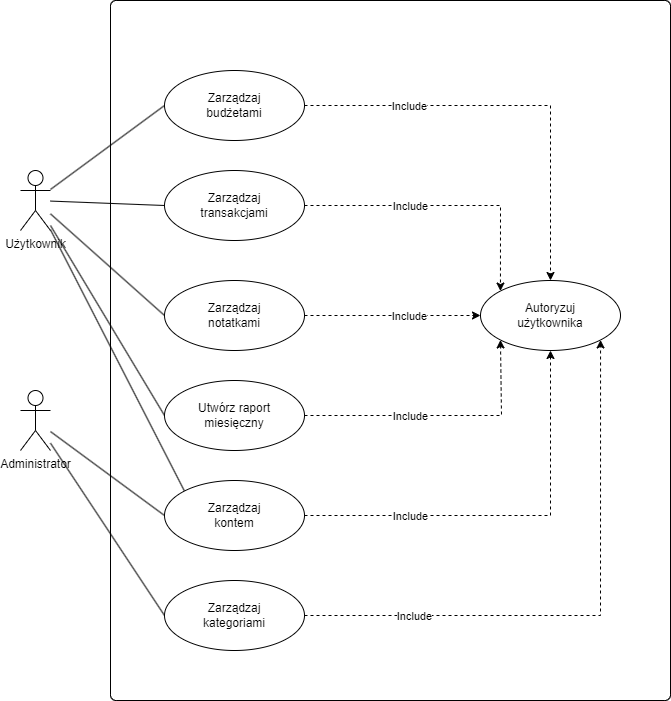
achojnowski00/PracowniaDyplomowa keeps this draw.io diagram as dokumentacja/Diagramy/00_Glowny_DPU/glowny_dpu.png. Above is the earlier version. Source tidied: cells renumbered, new cells last; positions are measured from the earlier drawing's top-left corner, leaving out a move shared by most shapes. Its diagram source:
```xml
<mxGraphModel>
  <root>
    <mxCell id="0" />
    <mxCell id="1" parent="0" />
    <mxCell id="2" style="rounded=1;whiteSpace=wrap;html=1;arcSize=1;shadow=0;strokeColor=default;gradientColor=none;" parent="1" vertex="1">
      <mxGeometry x="90" width="560" height="700" as="geometry" />
    </mxCell>
    <mxCell id="3" style="edgeStyle=none;rounded=0;jettySize=auto;html=1;entryX=0;entryY=0.5;entryDx=0;entryDy=0;endArrow=none;endFill=0;" parent="1" edge="1" source="8" target="15">
      <mxGeometry relative="1" as="geometry" />
    </mxCell>
    <mxCell id="4" style="edgeStyle=none;rounded=0;jettySize=auto;html=1;entryX=0;entryY=0.5;entryDx=0;entryDy=0;endArrow=none;endFill=0;" parent="1" edge="1" source="8" target="27">
      <mxGeometry relative="1" as="geometry" />
    </mxCell>
    <mxCell id="5" style="edgeStyle=none;rounded=0;jettySize=auto;html=1;entryX=0;entryY=0.5;entryDx=0;entryDy=0;endArrow=none;endFill=0;" parent="1" edge="1" source="8" target="21">
      <mxGeometry relative="1" as="geometry" />
    </mxCell>
    <mxCell id="6" style="edgeStyle=none;rounded=0;jettySize=auto;html=1;entryX=0;entryY=0.5;entryDx=0;entryDy=0;endArrow=none;endFill=0;" parent="1" edge="1" source="8" target="24">
      <mxGeometry relative="1" as="geometry" />
    </mxCell>
    <mxCell id="7" style="rounded=0;jettySize=auto;html=1;entryX=0;entryY=0;entryDx=0;entryDy=0;endArrow=none;endFill=0;" parent="1" edge="1" source="8" target="28">
      <mxGeometry relative="1" as="geometry" />
    </mxCell>
    <mxCell id="8" value="Użytkownik" style="shape=umlActor;verticalLabelPosition=bottom;verticalAlign=top;html=1;" parent="1" vertex="1">
      <mxGeometry y="170" width="30" height="60" as="geometry" />
    </mxCell>
    <mxCell id="9" style="edgeStyle=none;rounded=0;jettySize=auto;html=1;entryX=0;entryY=0.5;entryDx=0;entryDy=0;endArrow=none;endFill=0;" parent="1" edge="1" source="11" target="18">
      <mxGeometry relative="1" as="geometry" />
    </mxCell>
    <mxCell id="10" style="edgeStyle=none;rounded=0;jettySize=auto;html=1;entryX=0;entryY=0.5;entryDx=0;entryDy=0;endArrow=none;endFill=0;" parent="1" edge="1" source="11" target="28">
      <mxGeometry relative="1" as="geometry" />
    </mxCell>
    <mxCell id="11" value="Administrator" style="shape=umlActor;verticalLabelPosition=bottom;verticalAlign=top;html=1;" parent="1" vertex="1">
      <mxGeometry y="390" width="30" height="60" as="geometry" />
    </mxCell>
    <mxCell id="12" value="Autoryzuj&lt;br&gt;użytkownika" style="ellipse;whiteSpace=wrap;html=1;" parent="1" vertex="1">
      <mxGeometry x="460" y="280" width="140" height="70" as="geometry" />
    </mxCell>
    <mxCell id="13" style="rounded=0;jettySize=auto;html=1;entryX=0.5;entryY=0;entryDx=0;entryDy=0;dashed=1;" parent="1" edge="1" source="15" target="12">
      <mxGeometry relative="1" as="geometry">
        <Array as="points">
          <mxPoint x="530" y="105" />
        </Array>
      </mxGeometry>
    </mxCell>
    <mxCell id="14" value="Include" style="edgeLabel;html=1;align=center;verticalAlign=middle;" parent="13" vertex="1">
      <mxGeometry x="-0.37" relative="1" as="geometry">
        <mxPoint x="-30" as="offset" />
      </mxGeometry>
    </mxCell>
    <mxCell id="15" value="Zarządzaj &lt;br&gt;budżetami" style="ellipse;whiteSpace=wrap;html=1;" parent="1" vertex="1">
      <mxGeometry x="144" y="70" width="140" height="70" as="geometry" />
    </mxCell>
    <mxCell id="16" style="edgeStyle=none;rounded=0;jettySize=auto;html=1;entryX=1;entryY=1;entryDx=0;entryDy=0;dashed=1;" parent="1" edge="1" source="18" target="12">
      <mxGeometry relative="1" as="geometry">
        <Array as="points">
          <mxPoint x="580" y="615" />
        </Array>
      </mxGeometry>
    </mxCell>
    <mxCell id="17" value="Include" style="edgeLabel;html=1;align=center;verticalAlign=middle;" parent="16" vertex="1">
      <mxGeometry x="-0.32" y="-1" relative="1" as="geometry">
        <mxPoint x="-85" y="-1" as="offset" />
      </mxGeometry>
    </mxCell>
    <mxCell id="18" value="Zarządzaj&lt;br&gt;kategoriami" style="ellipse;whiteSpace=wrap;html=1;" parent="1" vertex="1">
      <mxGeometry x="144" y="580" width="140" height="70" as="geometry" />
    </mxCell>
    <mxCell id="19" style="edgeStyle=none;rounded=0;jettySize=auto;html=1;entryX=0;entryY=0.5;entryDx=0;entryDy=0;dashed=1;" parent="1" edge="1" source="21" target="12">
      <mxGeometry relative="1" as="geometry" />
    </mxCell>
    <mxCell id="20" value="Include" style="edgeLabel;html=1;align=center;verticalAlign=middle;" parent="19" vertex="1">
      <mxGeometry x="0.51" y="-2" relative="1" as="geometry">
        <mxPoint x="-28" y="-2" as="offset" />
      </mxGeometry>
    </mxCell>
    <mxCell id="21" value="Zarządzaj &lt;br&gt;notatkami" style="ellipse;whiteSpace=wrap;html=1;" parent="1" vertex="1">
      <mxGeometry x="144" y="280" width="140" height="70" as="geometry" />
    </mxCell>
    <mxCell id="22" style="edgeStyle=none;rounded=0;jettySize=auto;html=1;entryX=0;entryY=1;entryDx=0;entryDy=0;dashed=1;" parent="1" edge="1" source="24" target="12">
      <mxGeometry relative="1" as="geometry">
        <Array as="points">
          <mxPoint x="481" y="415" />
        </Array>
      </mxGeometry>
    </mxCell>
    <mxCell id="23" value="Include" style="edgeLabel;html=1;align=center;verticalAlign=middle;" parent="22" vertex="1">
      <mxGeometry x="0.05" y="-1" relative="1" as="geometry">
        <mxPoint x="-38" y="-1" as="offset" />
      </mxGeometry>
    </mxCell>
    <mxCell id="24" value="Utwórz raport&lt;br&gt;miesięczny" style="ellipse;whiteSpace=wrap;html=1;" parent="1" vertex="1">
      <mxGeometry x="144" y="380" width="140" height="70" as="geometry" />
    </mxCell>
    <mxCell id="25" style="edgeStyle=none;rounded=0;jettySize=auto;html=1;entryX=0;entryY=0;entryDx=0;entryDy=0;dashed=1;" parent="1" edge="1" source="27" target="12">
      <mxGeometry relative="1" as="geometry">
        <Array as="points">
          <mxPoint x="480" y="205" />
        </Array>
      </mxGeometry>
    </mxCell>
    <mxCell id="26" value="Include" style="edgeLabel;html=1;align=center;verticalAlign=middle;" parent="25" vertex="1">
      <mxGeometry x="0.04" y="3" relative="1" as="geometry">
        <mxPoint x="-42" y="3" as="offset" />
      </mxGeometry>
    </mxCell>
    <mxCell id="27" value="Zarządzaj &lt;br&gt;transakcjami" style="ellipse;whiteSpace=wrap;html=1;" parent="1" vertex="1">
      <mxGeometry x="144" y="170" width="140" height="70" as="geometry" />
    </mxCell>
    <mxCell id="28" value="Zarządzaj&lt;br&gt;kontem" style="ellipse;whiteSpace=wrap;html=1;" parent="1" vertex="1">
      <mxGeometry x="144" y="480" width="140" height="70" as="geometry" />
    </mxCell>
    <mxCell id="29" style="edgeStyle=none;rounded=0;jettySize=auto;html=1;entryX=0.5;entryY=1;entryDx=0;entryDy=0;dashed=1;exitX=1;exitY=0.5;exitDx=0;exitDy=0;" parent="1" edge="1" target="12">
      <mxGeometry relative="1" as="geometry">
        <mxPoint x="284" y="515" as="sourcePoint" />
        <Array as="points">
          <mxPoint x="530" y="515" />
        </Array>
      </mxGeometry>
    </mxCell>
    <mxCell id="30" value="Include" style="edgeLabel;html=1;align=center;verticalAlign=middle;" parent="29" vertex="1">
      <mxGeometry x="-0.32" y="-1" relative="1" as="geometry">
        <mxPoint x="-35" y="-1" as="offset" />
      </mxGeometry>
    </mxCell>
  </root>
</mxGraphModel>
```
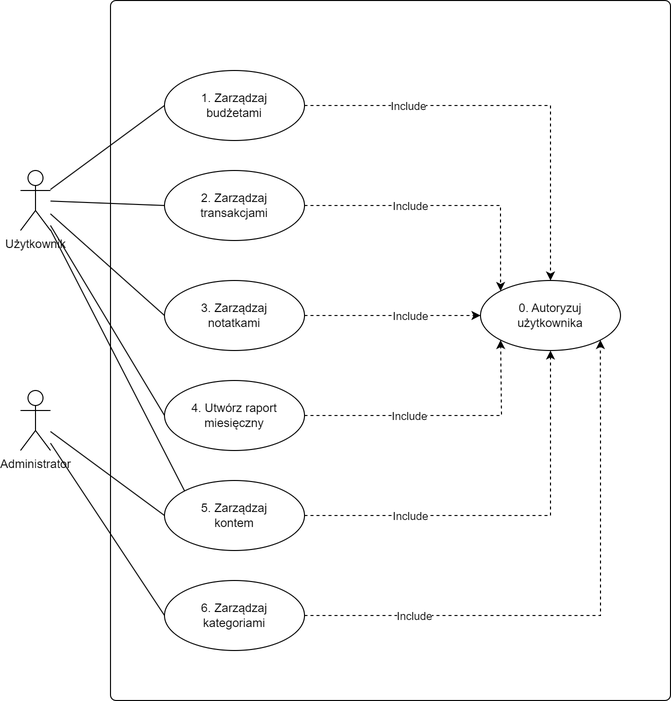
The same file after the commit.

Change to the diagram source:
```diff
@@ -32,7 +32,7 @@
     <mxCell id="11" value="Administrator" style="shape=umlActor;verticalLabelPosition=bottom;verticalAlign=top;html=1;" parent="1" vertex="1">
       <mxGeometry y="390" width="30" height="60" as="geometry" />
     </mxCell>
-    <mxCell id="12" value="Autoryzuj&lt;br&gt;użytkownika" style="ellipse;whiteSpace=wrap;html=1;" parent="1" vertex="1">
+    <mxCell id="12" value="0. Autoryzuj&lt;br&gt;użytkownika" style="ellipse;whiteSpace=wrap;html=1;" parent="1" vertex="1">
       <mxGeometry x="460" y="280" width="140" height="70" as="geometry" />
     </mxCell>
     <mxCell id="13" style="rounded=0;jettySize=auto;html=1;entryX=0.5;entryY=0;entryDx=0;entryDy=0;dashed=1;" parent="1" edge="1" source="15" target="12">
@@ -47,7 +47,7 @@
         <mxPoint x="-30" as="offset" />
       </mxGeometry>
     </mxCell>
-    <mxCell id="15" value="Zarządzaj &lt;br&gt;budżetami" style="ellipse;whiteSpace=wrap;html=1;" parent="1" vertex="1">
+    <mxCell id="15" value="1. Zarządzaj &lt;br&gt;budżetami" style="ellipse;whiteSpace=wrap;html=1;" parent="1" vertex="1">
       <mxGeometry x="144" y="70" width="140" height="70" as="geometry" />
     </mxCell>
     <mxCell id="16" style="edgeStyle=none;rounded=0;jettySize=auto;html=1;entryX=1;entryY=1;entryDx=0;entryDy=0;dashed=1;" parent="1" edge="1" source="18" target="12">
@@ -62,7 +62,7 @@
         <mxPoint x="-85" y="-1" as="offset" />
       </mxGeometry>
     </mxCell>
-    <mxCell id="18" value="Zarządzaj&lt;br&gt;kategoriami" style="ellipse;whiteSpace=wrap;html=1;" parent="1" vertex="1">
+    <mxCell id="18" value="6. Zarządzaj&lt;br&gt;kategoriami" style="ellipse;whiteSpace=wrap;html=1;" parent="1" vertex="1">
       <mxGeometry x="144" y="580" width="140" height="70" as="geometry" />
     </mxCell>
     <mxCell id="19" style="edgeStyle=none;rounded=0;jettySize=auto;html=1;entryX=0;entryY=0.5;entryDx=0;entryDy=0;dashed=1;" parent="1" edge="1" source="21" target="12">
@@ -73,7 +73,7 @@
         <mxPoint x="-28" y="-2" as="offset" />
       </mxGeometry>
     </mxCell>
-    <mxCell id="21" value="Zarządzaj &lt;br&gt;notatkami" style="ellipse;whiteSpace=wrap;html=1;" parent="1" vertex="1">
+    <mxCell id="21" value="3. Zarządzaj &lt;br&gt;notatkami" style="ellipse;whiteSpace=wrap;html=1;" parent="1" vertex="1">
       <mxGeometry x="144" y="280" width="140" height="70" as="geometry" />
     </mxCell>
     <mxCell id="22" style="edgeStyle=none;rounded=0;jettySize=auto;html=1;entryX=0;entryY=1;entryDx=0;entryDy=0;dashed=1;" parent="1" edge="1" source="24" target="12">
@@ -88,7 +88,7 @@
         <mxPoint x="-38" y="-1" as="offset" />
       </mxGeometry>
     </mxCell>
-    <mxCell id="24" value="Utwórz raport&lt;br&gt;miesięczny" style="ellipse;whiteSpace=wrap;html=1;" parent="1" vertex="1">
+    <mxCell id="24" value="4. Utwórz raport&lt;br&gt;miesięczny" style="ellipse;whiteSpace=wrap;html=1;" parent="1" vertex="1">
       <mxGeometry x="144" y="380" width="140" height="70" as="geometry" />
     </mxCell>
     <mxCell id="25" style="edgeStyle=none;rounded=0;jettySize=auto;html=1;entryX=0;entryY=0;entryDx=0;entryDy=0;dashed=1;" parent="1" edge="1" source="27" target="12">
@@ -103,10 +103,10 @@
         <mxPoint x="-42" y="3" as="offset" />
       </mxGeometry>
     </mxCell>
-    <mxCell id="27" value="Zarządzaj &lt;br&gt;transakcjami" style="ellipse;whiteSpace=wrap;html=1;" parent="1" vertex="1">
+    <mxCell id="27" value="2. Zarządzaj &lt;br&gt;transakcjami" style="ellipse;whiteSpace=wrap;html=1;" parent="1" vertex="1">
       <mxGeometry x="144" y="170" width="140" height="70" as="geometry" />
     </mxCell>
-    <mxCell id="28" value="Zarządzaj&lt;br&gt;kontem" style="ellipse;whiteSpace=wrap;html=1;" parent="1" vertex="1">
+    <mxCell id="28" value="5. Zarządzaj&lt;br&gt;kontem" style="ellipse;whiteSpace=wrap;html=1;" parent="1" vertex="1">
       <mxGeometry x="144" y="480" width="140" height="70" as="geometry" />
     </mxCell>
     <mxCell id="29" style="edgeStyle=none;rounded=0;jettySize=auto;html=1;entryX=0.5;entryY=1;entryDx=0;entryDy=0;dashed=1;exitX=1;exitY=0.5;exitDx=0;exitDy=0;" parent="1" edge="1" target="12">
```
